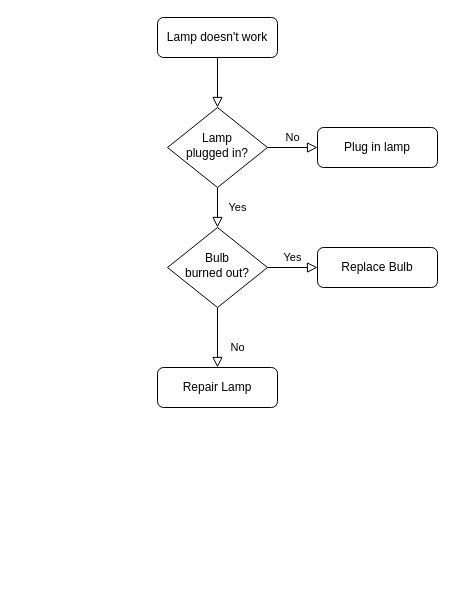
Above: Untitled Diagram.drawio in Jlee8145/Fullstack (draw.io), before the change. Source tidied: cells renumbered, new cells numbered last; positions are measured from the earlier drawing's top-left corner, leaving out a move shared by most shapes. Both pictures are drawn from the tidied source at 100%, with x=0, y=0 at pixel (157, 17).
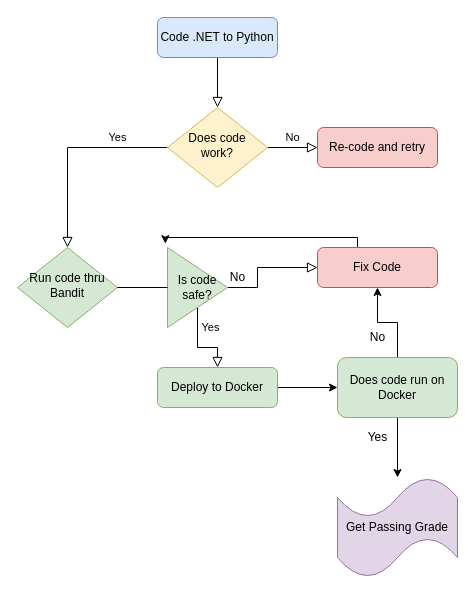
Above is the later version.

The edit, as a diff of the source:
```diff
@@
-    <mxCell id="3" value="Lamp doesn't work" style="rounded=1;whiteSpace=wrap;html=1;fontSize=12;glass=0;strokeWidth=1;shadow=0;" parent="1" vertex="1">
+    <mxCell id="3" value="Code .NET to Python" style="rounded=1;whiteSpace=wrap;html=1;fontSize=12;glass=0;strokeWidth=1;shadow=0;fillColor=#dae8fc;strokeColor=#6c8ebf;" parent="1" vertex="1">
       <mxGeometry width="120" height="40" as="geometry" />
     </mxCell>
     <mxCell id="4" value="Yes" style="rounded=0;html=1;jettySize=auto;fontSize=11;endArrow=block;endFill=0;endSize=8;strokeWidth=1;shadow=0;labelBackgroundColor=none;edgeStyle=orthogonalEdgeStyle;" parent="1" edge="1" source="6" target="10">
-      <mxGeometry y="20" relative="1" as="geometry" />
+      <mxGeometry x="-0.5" y="-10" relative="1" as="geometry" />
     </mxCell>
@@
-    <mxCell id="6" value="Lamp&lt;br&gt;plugged in?" style="rhombus;whiteSpace=wrap;html=1;shadow=0;fontFamily=Helvetica;fontSize=12;align=center;strokeWidth=1;spacing=6;spacingTop=-4;" parent="1" vertex="1">
+    <mxCell id="6" value="Does code work?" style="rhombus;whiteSpace=wrap;html=1;shadow=0;fontFamily=Helvetica;fontSize=12;align=center;strokeWidth=1;spacing=6;spacingTop=-4;fillColor=#fff2cc;strokeColor=#d6b656;" parent="1" vertex="1">
       <mxGeometry x="10" y="90" width="100" height="80" as="geometry" />
     </mxCell>
-    <mxCell id="7" value="Plug in lamp" style="rounded=1;whiteSpace=wrap;html=1;fontSize=12;glass=0;strokeWidth=1;shadow=0;" parent="1" vertex="1">
+    <mxCell id="7" value="Re-code and retry" style="rounded=1;whiteSpace=wrap;html=1;fontSize=12;glass=0;strokeWidth=1;shadow=0;fillColor=#f8cecc;strokeColor=#b85450;" parent="1" vertex="1">
       <mxGeometry x="160" y="110" width="120" height="40" as="geometry" />
     </mxCell>
-    <mxCell id="8" value="No" style="rounded=0;html=1;jettySize=auto;fontSize=11;endArrow=block;endFill=0;endSize=8;strokeWidth=1;shadow=0;labelBackgroundColor=none;edgeStyle=orthogonalEdgeStyle;" parent="1" edge="1" source="10" target="11">
+    <mxCell id="8" value="Yes" style="rounded=0;html=1;jettySize=auto;fontSize=11;endArrow=block;endFill=0;endSize=8;strokeWidth=1;shadow=0;labelBackgroundColor=none;edgeStyle=orthogonalEdgeStyle;startArrow=none;" parent="1" edge="1" source="17" target="11">
       <mxGeometry x="0.33" y="20" relative="1" as="geometry" />
     </mxCell>
-    <mxCell id="9" value="Yes" style="edgeStyle=orthogonalEdgeStyle;rounded=0;html=1;jettySize=auto;fontSize=11;endArrow=block;endFill=0;endSize=8;strokeWidth=1;shadow=0;labelBackgroundColor=none;" parent="1" edge="1" source="10" target="12">
-      <mxGeometry y="10" relative="1" as="geometry" />
+    <mxCell id="9" style="edgeStyle=orthogonalEdgeStyle;rounded=0;html=1;jettySize=auto;fontSize=11;endArrow=block;endFill=0;endSize=8;strokeWidth=1;shadow=0;labelBackgroundColor=none;startArrow=none;" parent="1" edge="1" source="17" target="12">
+      <mxGeometry y="10" relative="1" as="geometry">
+        <Array as="points">
+          <mxPoint x="100" y="270" />
+          <mxPoint x="100" y="250" />
+        </Array>
+      </mxGeometry>
     </mxCell>
-    <mxCell id="10" value="Bulb&lt;br&gt;burned out?" style="rhombus;whiteSpace=wrap;html=1;shadow=0;fontFamily=Helvetica;fontSize=12;align=center;strokeWidth=1;spacing=6;spacingTop=-4;" parent="1" vertex="1">
-      <mxGeometry x="10" y="210" width="100" height="80" as="geometry" />
+    <mxCell id="10" value="Run code thru Bandit" style="rhombus;whiteSpace=wrap;html=1;shadow=0;fontFamily=Helvetica;fontSize=12;align=center;strokeWidth=1;spacing=6;spacingTop=-4;fillColor=#d5e8d4;strokeColor=#82b366;" parent="1" vertex="1">
+      <mxGeometry x="-140" y="230" width="100" height="80" as="geometry" />
     </mxCell>
+    <mxCell id="13" style="edgeStyle=orthogonalEdgeStyle;rounded=0;jettySize=auto;html=1;" parent="1" edge="1" source="11" target="21">
+      <mxGeometry relative="1" as="geometry" />
+    </mxCell>
-    <mxCell id="11" value="Repair Lamp" style="rounded=1;whiteSpace=wrap;html=1;fontSize=12;glass=0;strokeWidth=1;shadow=0;" parent="1" vertex="1">
+    <mxCell id="11" value="Deploy to Docker" style="rounded=1;whiteSpace=wrap;html=1;fontSize=12;glass=0;strokeWidth=1;shadow=0;fillColor=#d5e8d4;strokeColor=#82b366;" parent="1" vertex="1">
       <mxGeometry y="350" width="120" height="40" as="geometry" />
     </mxCell>
+    <mxCell id="14" style="edgeStyle=orthogonalEdgeStyle;rounded=0;jettySize=auto;html=1;entryX=-0.036;entryY=-0.048;entryDx=0;entryDy=0;entryPerimeter=0;" parent="1" edge="1" source="12" target="17">
+      <mxGeometry relative="1" as="geometry">
+        <Array as="points">
+          <mxPoint x="200" y="220" />
+          <mxPoint x="8" y="220" />
+        </Array>
+      </mxGeometry>
+    </mxCell>
-    <mxCell id="12" value="Replace Bulb" style="rounded=1;whiteSpace=wrap;html=1;fontSize=12;glass=0;strokeWidth=1;shadow=0;" parent="1" vertex="1">
+    <mxCell id="12" value="Fix Code" style="rounded=1;whiteSpace=wrap;html=1;fontSize=12;glass=0;strokeWidth=1;shadow=0;fillColor=#f8cecc;strokeColor=#b85450;" parent="1" vertex="1">
       <mxGeometry x="160" y="230" width="120" height="40" as="geometry" />
     </mxCell>
+    <mxCell id="15" value="No" style="text;html=1;align=center;verticalAlign=middle;strokeColor=none;fillColor=none;" parent="1" vertex="1">
+      <mxGeometry x="60" y="245" width="40" height="30" as="geometry" />
+    </mxCell>
+    <mxCell id="16" style="edgeStyle=orthogonalEdgeStyle;rounded=0;html=1;jettySize=auto;fontSize=11;endArrow=none;endFill=0;endSize=8;strokeWidth=1;shadow=0;labelBackgroundColor=none;" parent="1" edge="1" source="10" target="17">
+      <mxGeometry y="10" relative="1" as="geometry" />
+    </mxCell>
+    <mxCell id="17" value="Is code safe?" style="triangle;whiteSpace=wrap;html=1;fillColor=#d5e8d4;strokeColor=#82b366;" parent="1" vertex="1">
+      <mxGeometry x="10" y="230" width="60" height="80" as="geometry" />
+    </mxCell>
+    <mxCell id="18" style="rounded=0;html=1;jettySize=auto;fontSize=11;endArrow=none;endFill=0;endSize=8;strokeWidth=1;shadow=0;labelBackgroundColor=none;edgeStyle=orthogonalEdgeStyle;" parent="1" edge="1" source="10" target="17">
+      <mxGeometry x="0.33" y="20" relative="1" as="geometry" />
+    </mxCell>
+    <mxCell id="19" style="edgeStyle=orthogonalEdgeStyle;rounded=0;jettySize=auto;html=1;" parent="1" edge="1" source="21" target="12">
+      <mxGeometry relative="1" as="geometry" />
+    </mxCell>
+    <mxCell id="20" style="edgeStyle=orthogonalEdgeStyle;rounded=0;jettySize=auto;html=1;" parent="1" edge="1" source="21" target="23">
+      <mxGeometry relative="1" as="geometry" />
+    </mxCell>
+    <mxCell id="21" value="Does code run on Docker" style="rounded=1;whiteSpace=wrap;html=1;glass=0;strokeWidth=1;shadow=0;fillColor=#d5e8d4;strokeColor=#82b366;" parent="1" vertex="1">
+      <mxGeometry x="180" y="340" width="120" height="60" as="geometry" />
+    </mxCell>
+    <mxCell id="22" value="No" style="text;html=1;align=center;verticalAlign=middle;strokeColor=none;fillColor=none;" parent="1" vertex="1">
+      <mxGeometry x="200" y="305" width="40" height="30" as="geometry" />
+    </mxCell>
+    <mxCell id="23" value="Get Passing Grade" style="shape=tape;whiteSpace=wrap;html=1;rounded=1;glass=0;strokeWidth=1;shadow=0;fillColor=#e1d5e7;strokeColor=#9673a6;" parent="1" vertex="1">
+      <mxGeometry x="180" y="460" width="120" height="100" as="geometry" />
+    </mxCell>
+    <mxCell id="24" value="Yes" style="text;html=1;align=center;verticalAlign=middle;strokeColor=none;fillColor=none;" parent="1" vertex="1">
+      <mxGeometry x="200" y="405" width="40" height="30" as="geometry" />
+    </mxCell>
```
